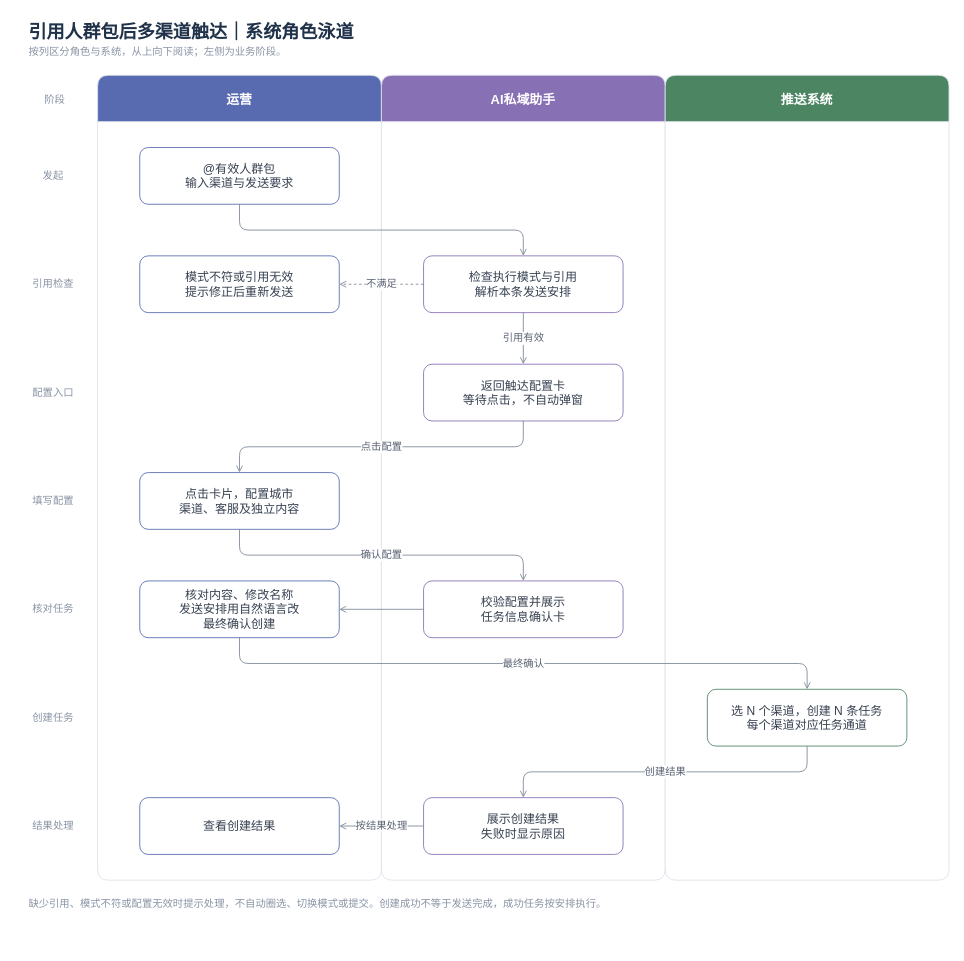
This is page "引用人群包后多渠道触达｜系统角色泳道" (2 of 3) of message-notifications/消息通知-角色与系统业务流程.drawio from JZT-AI/ai-proactive-activation, a draw.io file, before an edit. Source tidied: cells renumbered, new cells numbered last; positions are measured from the earlier drawing's top-left corner, leaving out a move shared by most shapes. Both pictures are drawn from the tidied source at 86%, with x=0, y=0 at pixel (15, 15).
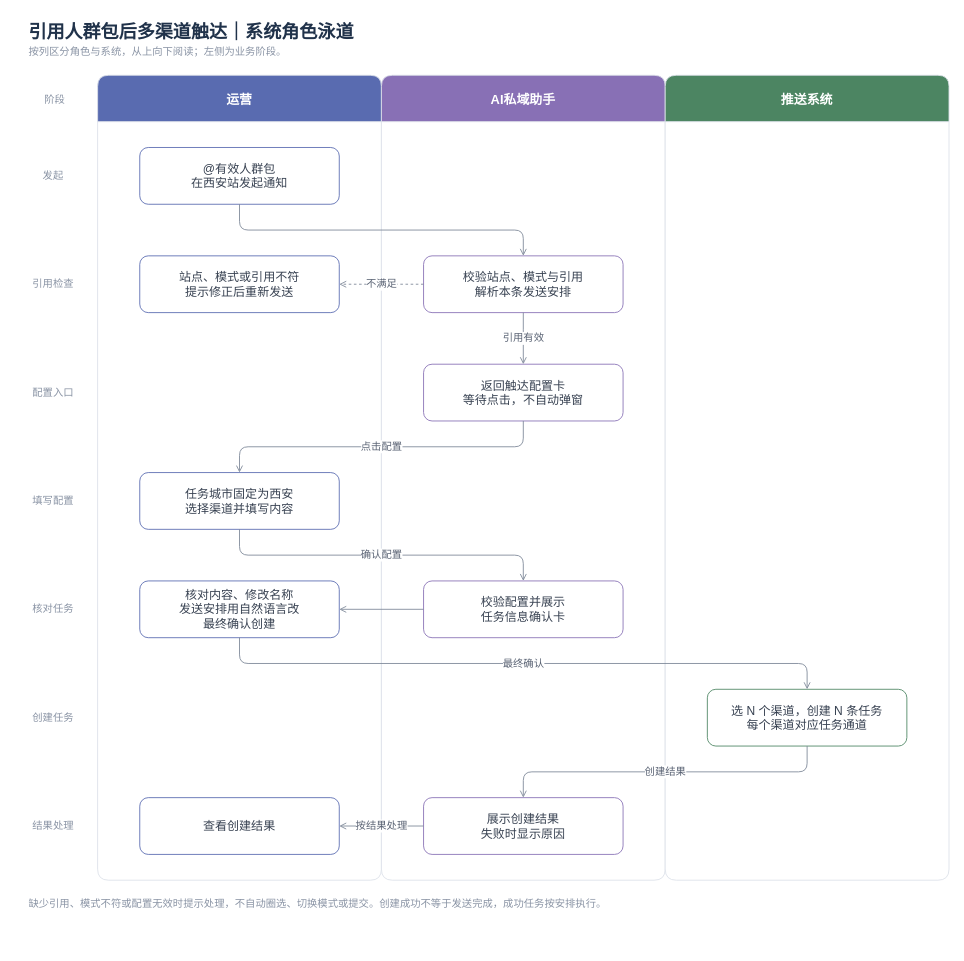
The same diagram, later.

The change refers to these unchanged cells:
```xml
<mxCell id="5" value="运营" style="swimlane;horizontal=1;startSize=54;rounded=1;arcSize=8;fillColor=#596bb0;swimlaneFillColor=#ffffff;strokeColor=#dce1e9;fontColor=#ffffff;fontSize=15;fontStyle=1;" parent="1" vertex="1">
  <mxGeometry x="96" y="70" width="330" height="936" as="geometry" />
</mxCell>
<mxCell id="6" value="AI私域助手" style="swimlane;horizontal=1;startSize=54;rounded=1;arcSize=8;fillColor=#8870b5;swimlaneFillColor=#ffffff;strokeColor=#dce1e9;fontColor=#ffffff;fontSize=15;fontStyle=1;" parent="1" vertex="1">
  <mxGeometry x="426" y="70" width="330" height="936" as="geometry" />
</mxCell>
```

What changed in the source:
```diff
@@
-    <mxCell id="15" value="@有效人群包&lt;br&gt;输入渠道与发送要求" style="rounded=1;whiteSpace=wrap;html=1;fillColor=#ffffff;strokeColor=#596bb0;strokeWidth=1;fontColor=#374151;fontSize=14;spacing=8;" parent="5" vertex="1">
+    <mxCell id="15" value="@有效人群包&lt;br&gt;在西安站发起通知" style="rounded=1;whiteSpace=wrap;html=1;fillColor=#ffffff;strokeColor=#596bb0;strokeWidth=1;fontColor=#374151;fontSize=14;spacing=8;" parent="5" vertex="1">
       <mxGeometry x="49" y="84" width="232" height="66" as="geometry" />
     </mxCell>
-    <mxCell id="16" value="检查执行模式与引用&lt;br&gt;解析本条发送安排" style="rounded=1;whiteSpace=wrap;html=1;fillColor=#ffffff;strokeColor=#8870b5;strokeWidth=1;fontColor=#374151;fontSize=14;spacing=8;" parent="6" vertex="1">
+    <mxCell id="16" value="校验站点、模式与引用&lt;br&gt;解析本条发送安排" style="rounded=1;whiteSpace=wrap;html=1;fillColor=#ffffff;strokeColor=#8870b5;strokeWidth=1;fontColor=#374151;fontSize=14;spacing=8;" parent="6" vertex="1">
       <mxGeometry x="49" y="210" width="232" height="66" as="geometry" />
     </mxCell>
@@
-    <mxCell id="18" value="点击卡片，配置城市&lt;br&gt;渠道、客服及独立内容" style="rounded=1;whiteSpace=wrap;html=1;fillColor=#ffffff;strokeColor=#596bb0;strokeWidth=1;fontColor=#374151;fontSize=14;spacing=8;" parent="5" vertex="1">
+    <mxCell id="18" value="任务城市固定为西安&lt;br&gt;选择渠道并填写内容" style="rounded=1;whiteSpace=wrap;html=1;fillColor=#ffffff;strokeColor=#596bb0;strokeWidth=1;fontColor=#374151;fontSize=14;spacing=8;" parent="5" vertex="1">
       <mxGeometry x="49" y="462" width="232" height="66" as="geometry" />
     </mxCell>
@@
-    <mxCell id="24" value="模式不符或引用无效&lt;br&gt;提示修正后重新发送" style="rounded=1;whiteSpace=wrap;html=1;fillColor=#ffffff;strokeColor=#596bb0;strokeWidth=1;fontColor=#374151;fontSize=14;spacing=8;" parent="5" vertex="1">
+    <mxCell id="24" value="站点、模式或引用不符&lt;br&gt;提示修正后重新发送" style="rounded=1;whiteSpace=wrap;html=1;fillColor=#ffffff;strokeColor=#596bb0;strokeWidth=1;fontColor=#374151;fontSize=14;spacing=8;" parent="5" vertex="1">
       <mxGeometry x="49" y="210" width="232" height="66" as="geometry" />
     </mxCell>
```
